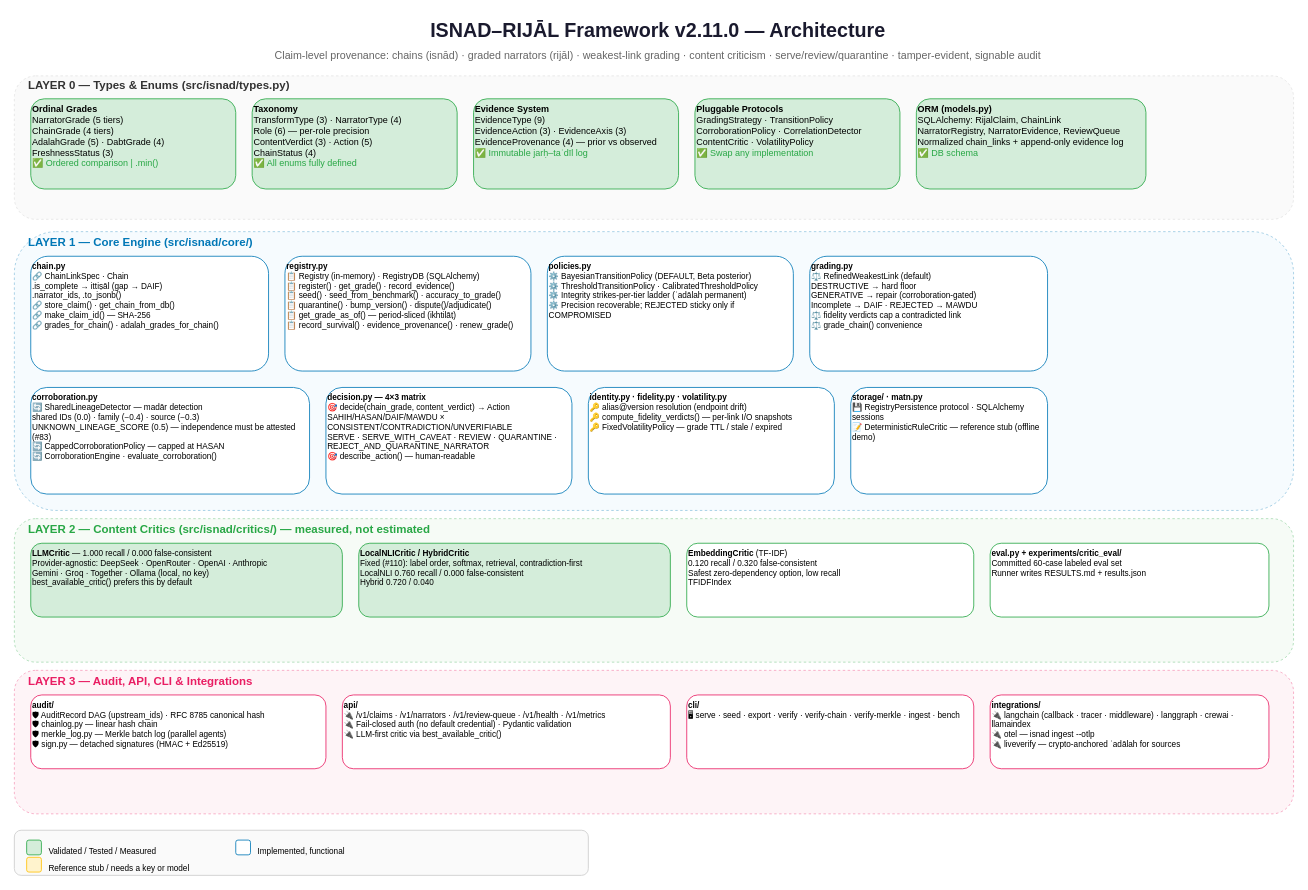
This is page "1. System Architecture" (1 of 3) of docs/ARCHITECTURE.drawio from alizahidraja/isnad, a draw.io file, before an edit. Source tidied: cells renumbered, new cells numbered last; positions are measured from the earlier drawing's top-left corner, leaving out a move shared by most shapes. Both pictures are drawn from the tidied source at 82%, with x=0, y=0 at pixel (14, 14).
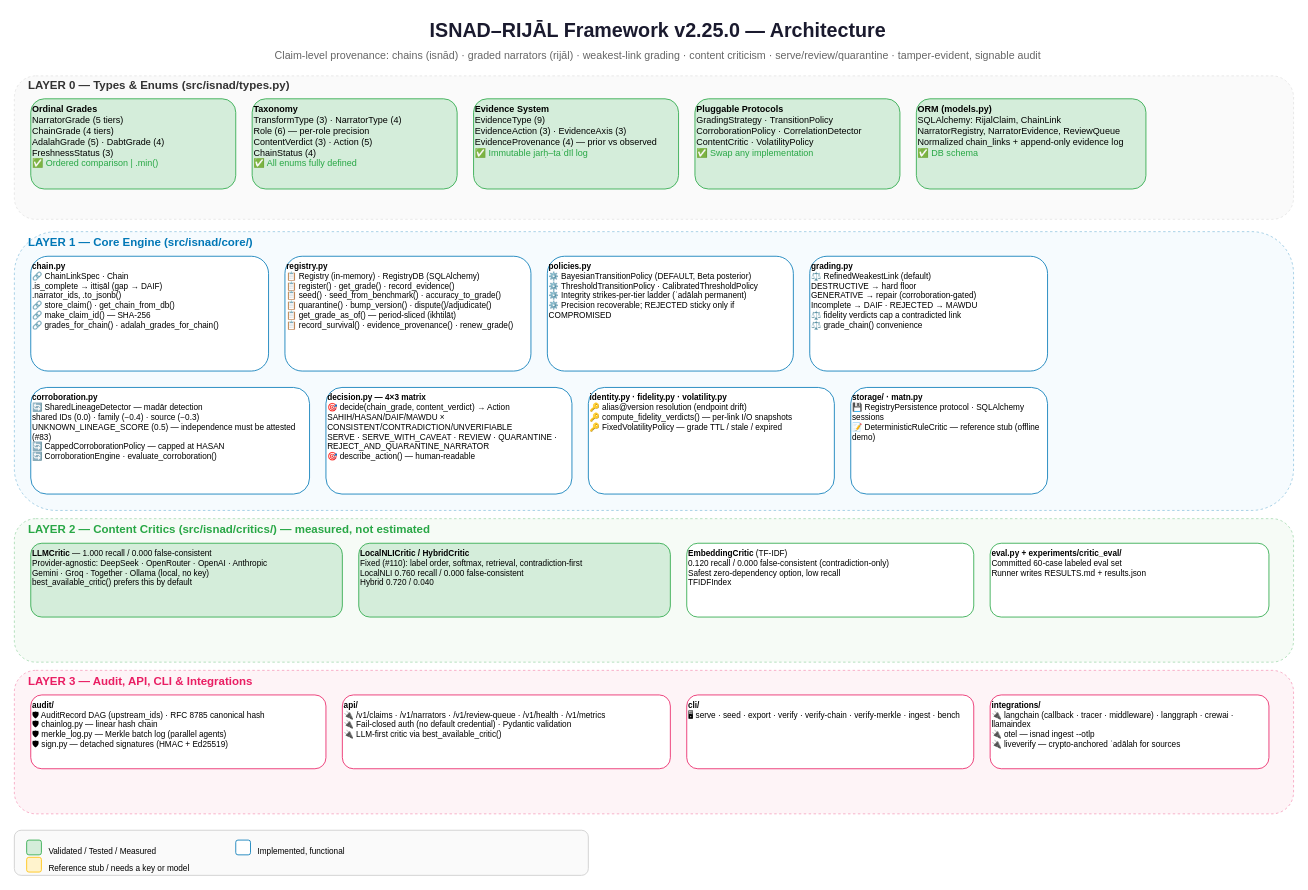
Above is the later version.

Change to the diagram source:
```diff
@@
-    <mxCell id="2" value="ISNAD–RIJĀL Framework v2.11.0 — Architecture" style="text;html=1;strokeColor=none;fillColor=none;align=center;verticalAlign=middle;whiteSpace=wrap;rounded=0;fontSize=24;fontStyle=1;fontColor=#1a1a2e;" parent="1" vertex="1">
+    <mxCell id="2" value="ISNAD–RIJĀL Framework v2.25.0 — Architecture" style="text;html=1;strokeColor=none;fillColor=none;align=center;verticalAlign=middle;whiteSpace=wrap;rounded=0;fontSize=24;fontStyle=1;fontColor=#1a1a2e;" parent="1" vertex="1">
       <mxGeometry x="310" width="950" height="40" as="geometry" />
     </mxCell>
@@
-    <mxCell id="25" value="&lt;b&gt;EmbeddingCritic&lt;/b&gt; (TF-IDF)&lt;br&gt;0.120 recall / 0.320 false-consistent&lt;br&gt;Safest zero-dependency option, low recall&lt;br&gt;TFIDFIndex" style="rounded=1;whiteSpace=wrap;html=1;fillColor=#ffffff;strokeColor=#28a745;fontSize=10;align=left;verticalAlign=top;" parent="1" vertex="1">
+    <mxCell id="25" value="&lt;b&gt;EmbeddingCritic&lt;/b&gt; (TF-IDF)&lt;br&gt;0.120 recall / 0.000 false-consistent (contradiction-only)&lt;br&gt;Safest zero-dependency option, low recall&lt;br&gt;TFIDFIndex" style="rounded=1;whiteSpace=wrap;html=1;fillColor=#ffffff;strokeColor=#28a745;fontSize=10;align=left;verticalAlign=top;" parent="1" vertex="1">
       <mxGeometry x="820" y="645" width="350" height="90" as="geometry" />
     </mxCell>
```
